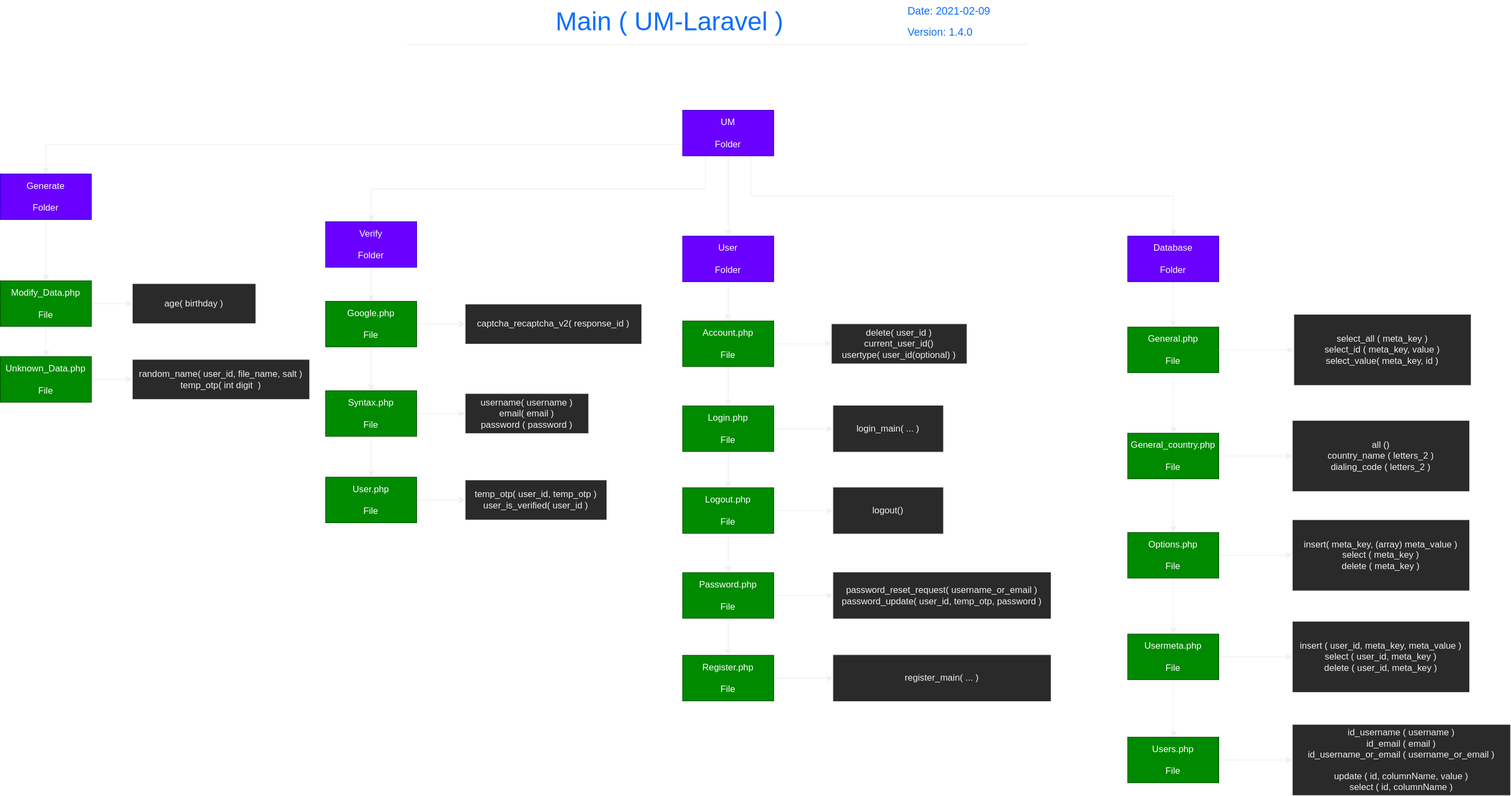
This is Docs/main-Main.svg from imithu/UM-Laravel, a draw.io export, as it was before one commit. Source tidied: cells renumbered, new cells last; positions are measured from the earlier drawing's top-left corner, leaving out a move shared by most shapes.
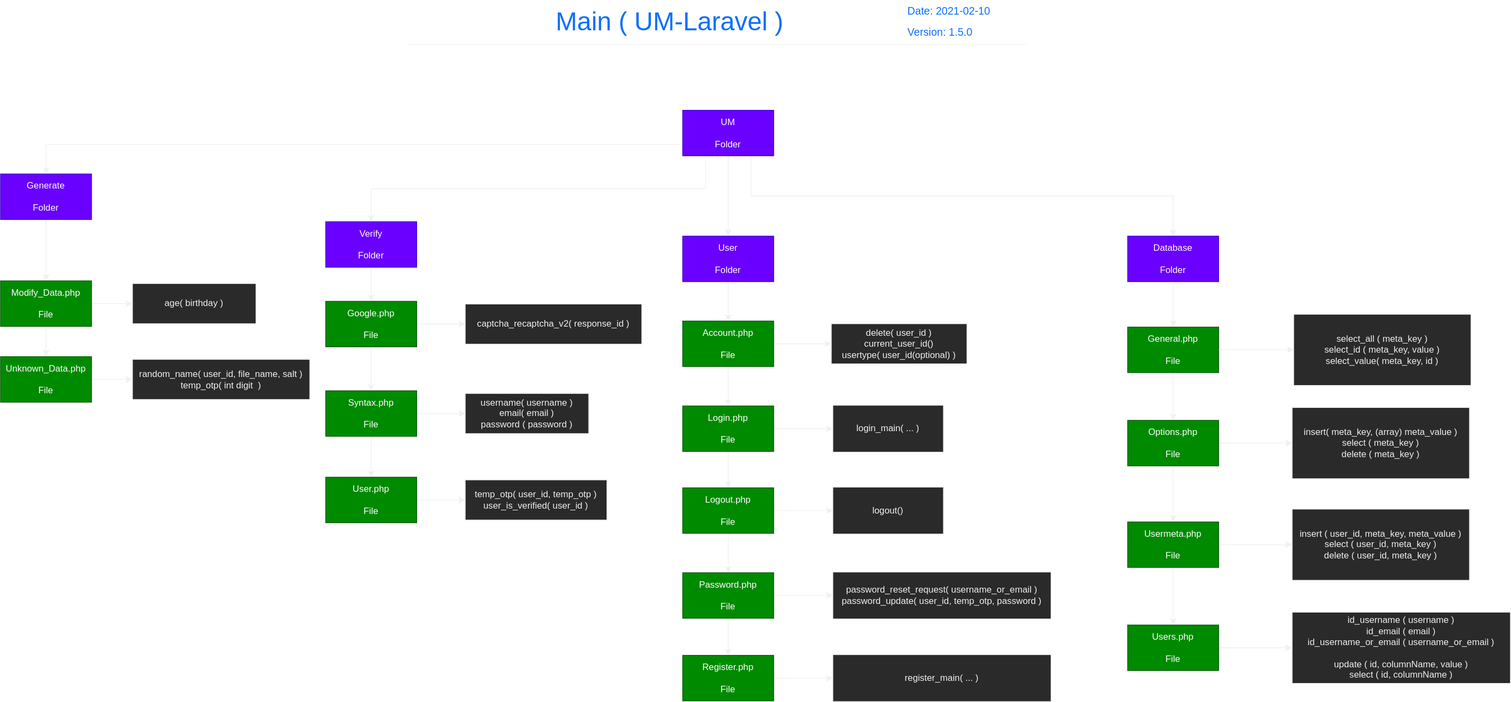
The same file after the commit.

Change to the diagram source:
```diff
@@ -8,7 +8,7 @@
     <mxCell id="3" value="Main ( UM-Laravel )" style="text;html=1;strokeColor=none;fillColor=none;align=center;verticalAlign=middle;whiteSpace=wrap;labelBackgroundColor=none;fontSize=34;fontColor=#0d6efd;" parent="2" vertex="1">
       <mxGeometry x="194" width="306" height="55" as="geometry" />
     </mxCell>
-    <mxCell id="4" value="Date: 2021-02-09" style="text;html=1;strokeColor=none;fillColor=none;align=left;verticalAlign=middle;whiteSpace=wrap;labelBackgroundColor=none;fontSize=14;fontColor=#0d6efd;" parent="2" vertex="1">
+    <mxCell id="4" value="Date: 2021-02-10" style="text;html=1;strokeColor=none;fillColor=none;align=left;verticalAlign=middle;whiteSpace=wrap;labelBackgroundColor=none;fontSize=14;fontColor=#0d6efd;" parent="2" vertex="1">
       <mxGeometry x="659" y="1" width="147" height="25" as="geometry" />
     </mxCell>
     <mxCell id="5" style="endArrow=none;html=1;fontSize=14;fontColor=#0d6efd;" parent="2" edge="1">
@@ -17,7 +17,7 @@
         <mxPoint x="818" y="58" as="targetPoint" />
       </mxGeometry>
     </mxCell>
-    <mxCell id="6" value="Version: 1.4.0" style="text;html=1;strokeColor=none;fillColor=none;align=left;verticalAlign=middle;whiteSpace=wrap;labelBackgroundColor=none;fontSize=14;fontColor=#0d6efd;" parent="2" vertex="1">
+    <mxCell id="6" value="Version: 1.5.0" style="text;html=1;strokeColor=none;fillColor=none;align=left;verticalAlign=middle;whiteSpace=wrap;labelBackgroundColor=none;fontSize=14;fontColor=#0d6efd;" parent="2" vertex="1">
       <mxGeometry x="659" y="32" width="132" height="20" as="geometry" />
     </mxCell>
     <mxCell id="7" style="edgeStyle=orthogonalEdgeStyle;rounded=0;jettySize=auto;html=1;exitX=0.75;exitY=1;exitDx=0;exitDy=0;entryX=0.5;entryY=0;entryDx=0;entryDy=0;" parent="1" edge="1" source="11" target="13">
@@ -41,9 +41,9 @@
     <mxCell id="13" value="Database&lt;br&gt;&lt;br&gt;Folder" style="rounded=0;whiteSpace=wrap;html=1;fillColor=#6a00ff;strokeColor=#3700CC;fontColor=#ffffff;imageHeight=24;imageWidth=24;arcSize=12;" parent="1" vertex="1">
       <mxGeometry x="1487" y="311" width="120" height="60" as="geometry" />
     </mxCell>
-    <mxCell id="14" style="edgeStyle=orthogonalEdgeStyle;rounded=0;jettySize=auto;html=1;exitX=0.5;exitY=1;exitDx=0;exitDy=0;" parent="1" edge="1" source="15" target="20">
-      <mxGeometry relative="1" as="geometry" />
-    </mxCell>
+    <mxCell id="76" style="edgeStyle=orthogonalEdgeStyle;rounded=0;jettySize=auto;html=1;exitX=0.5;exitY=1;exitDx=0;exitDy=0;" parent="1" edge="1" source="15" target="24">
+      <mxGeometry relative="1" as="geometry" />
+    </mxCell>
     <mxCell id="15" value="General.php&lt;br&gt;&lt;br&gt;File" style="rounded=0;whiteSpace=wrap;html=1;fillColor=#008a00;strokeColor=#005700;fontColor=#ffffff;" parent="1" vertex="1">
       <mxGeometry x="1487" y="431" width="120" height="60" as="geometry" />
     </mxCell>
@@ -53,18 +53,6 @@
     <mxCell id="17" style="edgeStyle=orthogonalEdgeStyle;rounded=0;jettySize=auto;html=1;exitX=1;exitY=0.5;exitDx=0;exitDy=0;entryX=0;entryY=0.5;entryDx=0;entryDy=0;" parent="1" edge="1" source="15" target="16">
       <mxGeometry x="941" y="424" as="geometry" />
     </mxCell>
-    <mxCell id="18" style="edgeStyle=orthogonalEdgeStyle;rounded=0;jettySize=auto;html=1;exitX=1;exitY=0.5;exitDx=0;exitDy=0;" parent="1" edge="1" source="20" target="21">
-      <mxGeometry relative="1" as="geometry" />
-    </mxCell>
-    <mxCell id="19" style="edgeStyle=orthogonalEdgeStyle;rounded=0;jettySize=auto;html=1;exitX=0.5;exitY=1;exitDx=0;exitDy=0;" parent="1" edge="1" source="20" target="24">
-      <mxGeometry relative="1" as="geometry" />
-    </mxCell>
-    <mxCell id="20" value="General_country.php&lt;br&gt;&lt;br&gt;File" style="rounded=0;whiteSpace=wrap;html=1;fillColor=#008a00;strokeColor=#005700;fontColor=#ffffff;" parent="1" vertex="1">
-      <mxGeometry x="1487" y="571" width="120" height="60" as="geometry" />
-    </mxCell>
-    <mxCell id="21" value="all ()&lt;br&gt;country_name ( letters_2 )&lt;br&gt;dialing_code ( letters_2 )" style="rounded=0;whiteSpace=wrap;html=1;" parent="1" vertex="1">
-      <mxGeometry x="1704" y="554" width="234" height="94" as="geometry" />
-    </mxCell>
     <mxCell id="22" style="edgeStyle=orthogonalEdgeStyle;rounded=0;jettySize=auto;html=1;exitX=1;exitY=0.5;exitDx=0;exitDy=0;" parent="1" edge="1" source="24" target="25">
       <mxGeometry relative="1" as="geometry" />
     </mxCell>
@@ -72,10 +60,10 @@
       <mxGeometry relative="1" as="geometry" />
     </mxCell>
     <mxCell id="24" value="Options.php&lt;br&gt;&lt;br&gt;File" style="rounded=0;whiteSpace=wrap;html=1;fillColor=#008a00;strokeColor=#005700;fontColor=#ffffff;" parent="1" vertex="1">
-      <mxGeometry x="1487" y="702" width="120" height="60" as="geometry" />
+      <mxGeometry x="1487" y="554" width="120" height="60" as="geometry" />
     </mxCell>
     <mxCell id="25" value="insert( meta_key, (array) meta_value )&lt;br&gt;select ( meta_key )&lt;br&gt;delete ( meta_key )" style="rounded=0;whiteSpace=wrap;html=1;" parent="1" vertex="1">
-      <mxGeometry x="1704" y="685" width="234" height="94" as="geometry" />
+      <mxGeometry x="1704" y="537" width="234" height="94" as="geometry" />
     </mxCell>
     <mxCell id="26" style="edgeStyle=orthogonalEdgeStyle;rounded=0;jettySize=auto;html=1;exitX=1;exitY=0.5;exitDx=0;exitDy=0;" parent="1" edge="1" source="28" target="29">
       <mxGeometry relative="1" as="geometry" />
@@ -84,19 +72,19 @@
       <mxGeometry relative="1" as="geometry" />
     </mxCell>
     <mxCell id="28" value="Usermeta.php&lt;br&gt;&lt;br&gt;File" style="rounded=0;whiteSpace=wrap;html=1;fillColor=#008a00;strokeColor=#005700;fontColor=#ffffff;" parent="1" vertex="1">
-      <mxGeometry x="1487" y="836" width="120" height="60" as="geometry" />
+      <mxGeometry x="1487" y="688" width="120" height="60" as="geometry" />
     </mxCell>
     <mxCell id="29" value="insert ( user_id, meta_key, meta_value )&lt;br&gt;select ( user_id, meta_key )&lt;br&gt;delete ( user_id, meta_key )" style="rounded=0;whiteSpace=wrap;html=1;" parent="1" vertex="1">
-      <mxGeometry x="1704" y="819" width="234" height="94" as="geometry" />
+      <mxGeometry x="1704" y="671" width="234" height="94" as="geometry" />
     </mxCell>
     <mxCell id="30" style="edgeStyle=orthogonalEdgeStyle;rounded=0;jettySize=auto;html=1;exitX=1;exitY=0.5;exitDx=0;exitDy=0;" parent="1" edge="1" source="31" target="32">
       <mxGeometry relative="1" as="geometry" />
     </mxCell>
     <mxCell id="31" value="Users.php&lt;br&gt;&lt;br&gt;File" style="rounded=0;whiteSpace=wrap;html=1;fillColor=#008a00;strokeColor=#005700;fontColor=#ffffff;" parent="1" vertex="1">
-      <mxGeometry x="1487" y="972" width="120" height="60" as="geometry" />
+      <mxGeometry x="1487" y="824" width="120" height="60" as="geometry" />
     </mxCell>
     <mxCell id="32" value="id_username ( username )&lt;br&gt;id_email ( email )&lt;br&gt;id_username_or_email ( username_or_email )&lt;br&gt;&lt;br&gt;update ( id, columnName, value )&lt;br&gt;select ( id, columnName )" style="rounded=0;whiteSpace=wrap;html=1;" parent="1" vertex="1">
-      <mxGeometry x="1704" y="955" width="288" height="94" as="geometry" />
+      <mxGeometry x="1704" y="807" width="288" height="94" as="geometry" />
     </mxCell>
     <mxCell id="33" style="edgeStyle=orthogonalEdgeStyle;rounded=0;jettySize=auto;html=1;exitX=0.5;exitY=1;exitDx=0;exitDy=0;" parent="1" edge="1" source="34" target="37">
       <mxGeometry relative="1" as="geometry" />
```
